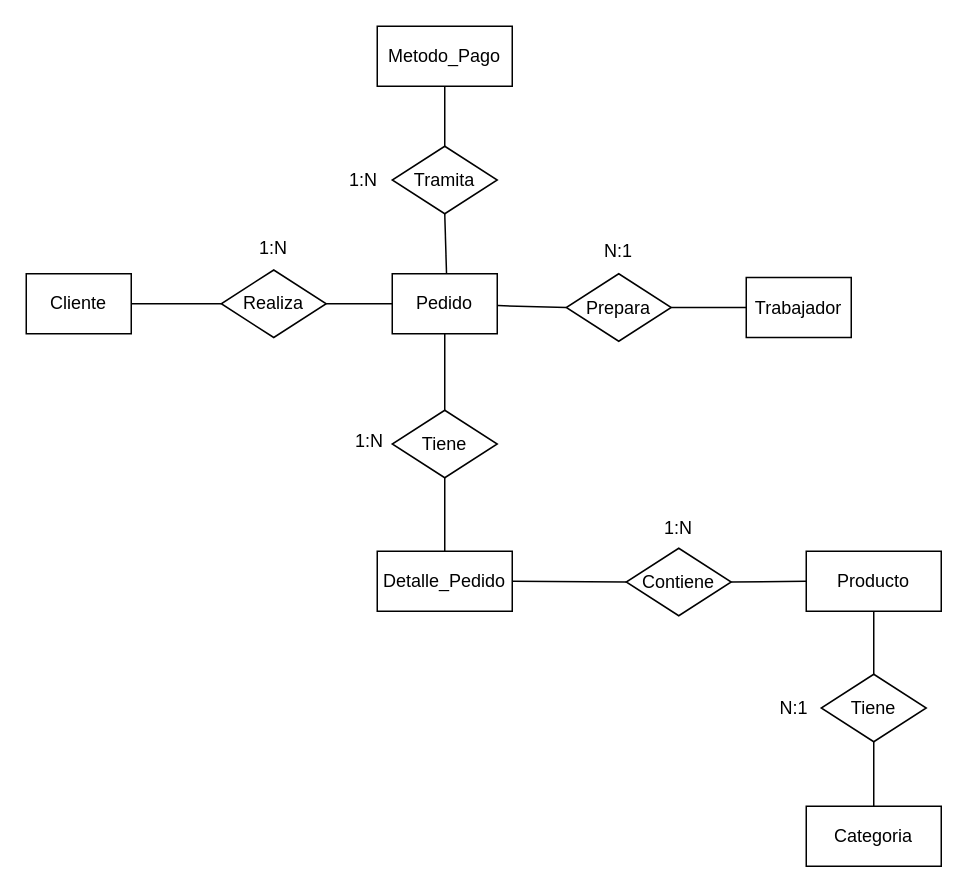
Earlier version of the draw.io diagram Modelo-ER/Modelo-ER.drawio (jblas7/web-final). Source tidied: cells renumbered, new cells numbered last; positions are measured from the earlier drawing's top-left corner, leaving out a move shared by most shapes. Both pictures are drawn from the tidied source at 150%, with x=0, y=0 at pixel (26, 26).
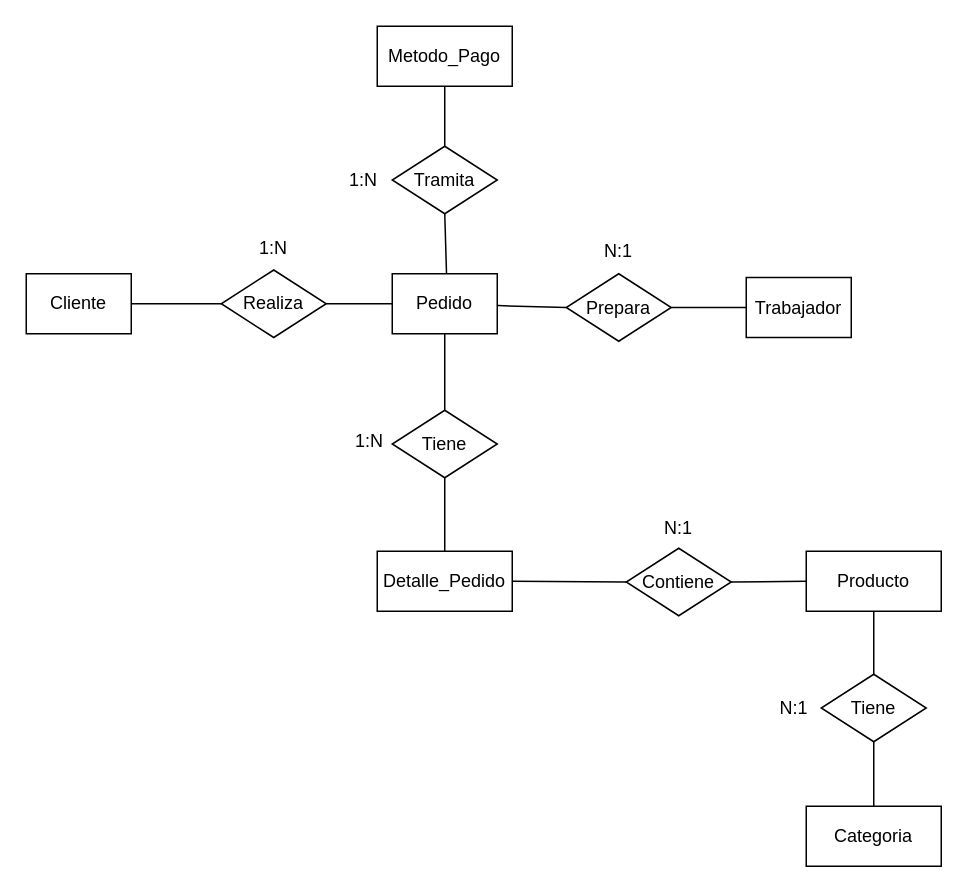
The same diagram, later.

The edit, as a diff of the source:
```diff
@@
-    <mxCell id="27" value="1:N" style="text;strokeColor=none;align=center;fillColor=none;html=1;verticalAlign=middle;whiteSpace=wrap;rounded=0;" parent="1" vertex="1">
+    <mxCell id="27" value="N:1" style="text;strokeColor=none;align=center;fillColor=none;html=1;verticalAlign=middle;whiteSpace=wrap;rounded=0;" parent="1" vertex="1">
       <mxGeometry x="410" y="320" width="50" height="30" as="geometry" />
     </mxCell>
```
